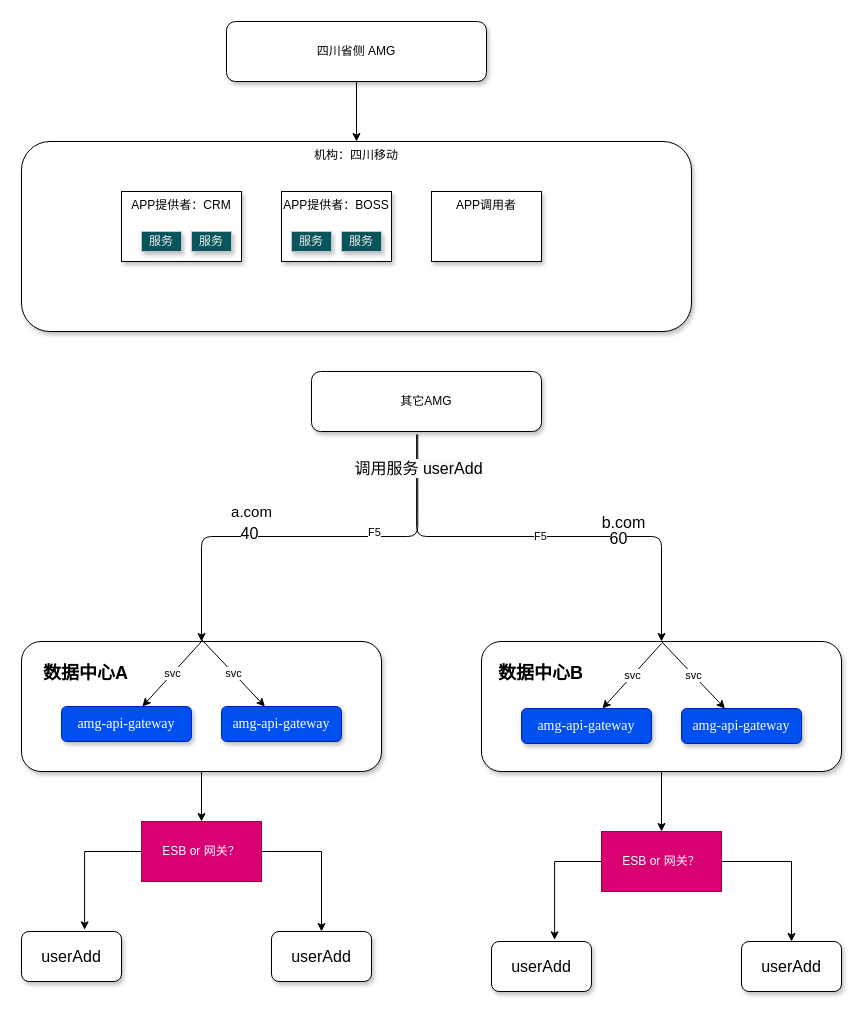
Before: page "机构，应用" (5 of 10) of 智慧中台AMG.drawio in qymmdj/draw-io, a draw.io diagram. Source tidied: cells renumbered, new cells numbered last; positions are measured from the earlier drawing's top-left corner, leaving out a move shared by most shapes. Both pictures are drawn from the tidied source at 100%, with x=0, y=0 at pixel (21, 21).
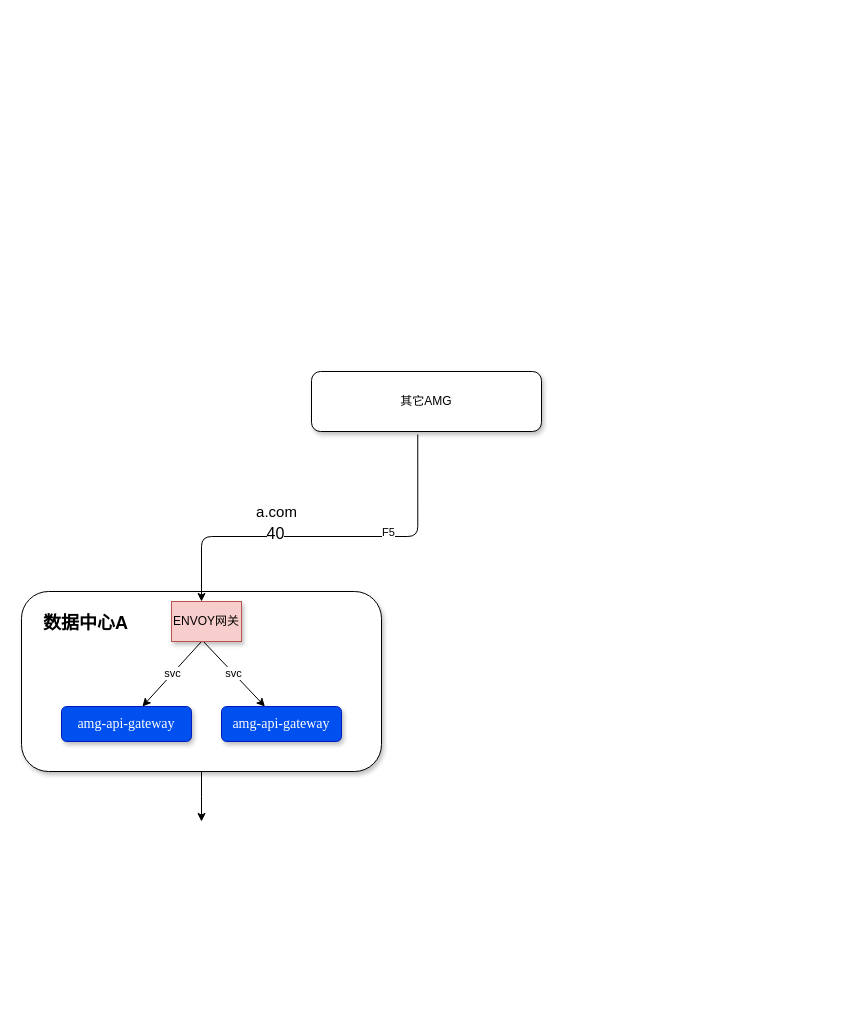
The same diagram, later.

The change refers to these unchanged cells:
```xml
<mxCell id="23" value="&lt;span style=&quot;font-family: &amp;#34;times new roman&amp;#34; ; font-size: 14px&quot;&gt;amg-api-gateway&lt;/span&gt;" style="rounded=1;whiteSpace=wrap;html=1;shadow=1;fillColor=#0050ef;strokeColor=#001DBC;fontColor=#ffffff;" parent="1" vertex="1">
  <mxGeometry x="40" y="685" width="130" height="35" as="geometry" />
</mxCell>
<mxCell id="26" value="其它AMG" style="rounded=1;whiteSpace=wrap;html=1;shadow=1;verticalAlign=middle;" parent="1" vertex="1">
  <mxGeometry x="290" y="350" width="230" height="60" as="geometry" />
</mxCell>
```

Diff of the diagram source:
```diff
@@
-    <mxCell id="2" value="机构：四川移动" style="rounded=1;whiteSpace=wrap;html=1;verticalAlign=top;shadow=1;" parent="1" vertex="1">
-      <mxGeometry y="120" width="670" height="190" as="geometry" />
-    </mxCell>
-    <mxCell id="3" value="APP提供者：CRM" style="rounded=0;whiteSpace=wrap;html=1;verticalAlign=top;shadow=1;" parent="1" vertex="1">
-      <mxGeometry x="100" y="170" width="120" height="70" as="geometry" />
-    </mxCell>
-    <mxCell id="4" value="APP提供者：BOSS" style="rounded=0;whiteSpace=wrap;html=1;verticalAlign=top;shadow=1;" parent="1" vertex="1">
-      <mxGeometry x="260" y="170" width="110" height="70" as="geometry" />
-    </mxCell>
-    <mxCell id="5" style="edgeStyle=orthogonalEdgeStyle;rounded=0;jettySize=auto;html=1;entryX=0.5;entryY=0;entryDx=0;entryDy=0;" parent="1" edge="1" source="6" target="2">
-      <mxGeometry relative="1" as="geometry" />
-    </mxCell>
-    <mxCell id="6" value="四川省侧 AMG" style="rounded=1;whiteSpace=wrap;html=1;shadow=1;verticalAlign=middle;" parent="1" vertex="1">
-      <mxGeometry x="205" width="260" height="60" as="geometry" />
-    </mxCell>
-    <mxCell id="7" value="服务" style="rounded=0;whiteSpace=wrap;html=1;shadow=1;sketch=0;fontColor=#EEEEEE;strokeColor=#BAC8D3;fillColor=#09555B;" parent="1" vertex="1">
-      <mxGeometry x="120" y="210" width="40" height="20" as="geometry" />
-    </mxCell>
-    <mxCell id="8" value="服务" style="rounded=0;whiteSpace=wrap;html=1;shadow=1;sketch=0;fontColor=#EEEEEE;strokeColor=#BAC8D3;fillColor=#09555B;" parent="1" vertex="1">
-      <mxGeometry x="170" y="210" width="40" height="20" as="geometry" />
-    </mxCell>
-    <mxCell id="9" value="服务" style="rounded=0;whiteSpace=wrap;html=1;shadow=1;sketch=0;fontColor=#EEEEEE;strokeColor=#BAC8D3;fillColor=#09555B;" parent="1" vertex="1">
-      <mxGeometry x="270" y="210" width="40" height="20" as="geometry" />
-    </mxCell>
-    <mxCell id="10" value="服务" style="rounded=0;whiteSpace=wrap;html=1;shadow=1;sketch=0;fontColor=#EEEEEE;strokeColor=#BAC8D3;fillColor=#09555B;" parent="1" vertex="1">
-      <mxGeometry x="320" y="210" width="40" height="20" as="geometry" />
-    </mxCell>
-    <mxCell id="11" value="APP调用者" style="rounded=0;whiteSpace=wrap;html=1;verticalAlign=top;shadow=1;" parent="1" vertex="1">
-      <mxGeometry x="410" y="170" width="110" height="70" as="geometry" />
-    </mxCell>
+    <mxCell id="16" value="&lt;h2&gt;&amp;nbsp; &amp;nbsp; 数据中心A&lt;/h2&gt;" style="rounded=1;whiteSpace=wrap;html=1;verticalAlign=top;shadow=1;align=left;" parent="1" vertex="1">
+      <mxGeometry y="570" width="360" height="180" as="geometry" />
+    </mxCell>
+    <mxCell id="15" style="edgeStyle=orthogonalEdgeStyle;rounded=0;jettySize=auto;html=1;" parent="1" edge="1" source="16">
+      <mxGeometry relative="1" as="geometry">
+        <mxPoint x="180" y="800" as="targetPoint" />
+      </mxGeometry>
+    </mxCell>
-    <mxCell id="12" value="&lt;font style=&quot;font-size: 15px&quot;&gt;a.com&lt;/font&gt;" style="edgeStyle=orthogonalEdgeStyle;rounded=1;jettySize=auto;html=1;endArrow=none;endFill=0;startArrow=classic;startFill=1;entryX=0.462;entryY=1.05;entryDx=0;entryDy=0;entryPerimeter=0;labelBorderColor=none;jumpStyle=none;" parent="1" edge="1" source="16" target="26">
+    <mxCell id="12" value="&lt;font style=&quot;font-size: 15px&quot;&gt;a.com&lt;/font&gt;" style="edgeStyle=orthogonalEdgeStyle;rounded=1;jettySize=auto;html=1;endArrow=none;endFill=0;startArrow=classic;startFill=1;entryX=0.462;entryY=1.05;entryDx=0;entryDy=0;entryPerimeter=0;labelBorderColor=none;jumpStyle=none;" parent="1" edge="1" source="42" target="26">
       <mxGeometry x="-0.27" y="25" relative="1" as="geometry">
         <Array as="points">
           <mxPoint x="180" y="515" />
           <mxPoint x="396" y="515" />
         </Array>
       </mxGeometry>
     </mxCell>
@@
-    <mxCell id="15" style="edgeStyle=orthogonalEdgeStyle;rounded=0;jettySize=auto;html=1;" parent="1" edge="1" source="16" target="35">
-      <mxGeometry relative="1" as="geometry" />
-    </mxCell>
-    <mxCell id="16" value="&lt;h2&gt;&amp;nbsp; &amp;nbsp; 数据中心A&lt;/h2&gt;" style="rounded=1;whiteSpace=wrap;html=1;verticalAlign=top;shadow=1;align=left;" parent="1" vertex="1">
-      <mxGeometry y="620" width="360" height="130" as="geometry" />
-    </mxCell>
-    <mxCell id="17" value="F5" style="edgeStyle=orthogonalEdgeStyle;rounded=1;jettySize=auto;html=1;startArrow=classic;startFill=1;endArrow=none;endFill=0;exitX=0.5;exitY=0;exitDx=0;exitDy=0;entryX=0.457;entryY=1.05;entryDx=0;entryDy=0;entryPerimeter=0;" parent="1" edge="1" source="21" target="26">
-      <mxGeometry relative="1" as="geometry" />
-    </mxCell>
-    <mxCell id="18" value="60" style="edgeLabel;html=1;align=center;verticalAlign=middle;fontSize=16;" parent="17" vertex="1">
-      <mxGeometry x="-0.34" y="1" relative="1" as="geometry" />
-    </mxCell>
-    <mxCell id="19" value="调用服务&amp;nbsp;&lt;span style=&quot;background-color: rgb(248 , 249 , 250)&quot;&gt;userAdd&lt;/span&gt;" style="edgeLabel;html=1;align=center;verticalAlign=middle;fontSize=16;" parent="17" vertex="1">
-      <mxGeometry x="0.85" y="-1" relative="1" as="geometry" />
-    </mxCell>
-    <mxCell id="20" value="b.com" style="edgeLabel;html=1;align=center;verticalAlign=middle;fontSize=16;" parent="17" vertex="1">
-      <mxGeometry x="0.2" y="-2" relative="1" as="geometry">
-        <mxPoint x="127" y="-13" as="offset" />
-      </mxGeometry>
-    </mxCell>
-    <mxCell id="21" value="&lt;h2&gt;&amp;nbsp; &amp;nbsp;数据中心B&lt;/h2&gt;" style="rounded=1;whiteSpace=wrap;html=1;verticalAlign=top;shadow=1;align=left;" parent="1" vertex="1">
-      <mxGeometry x="460" y="620" width="360" height="130" as="geometry" />
-    </mxCell>
-    <mxCell id="22" value="svc" style="rounded=0;jettySize=auto;html=1;startArrow=classic;startFill=1;endArrow=none;endFill=0;entryX=0.5;entryY=0;entryDx=0;entryDy=0;" parent="1" edge="1" source="23" target="16">
-      <mxGeometry relative="1" as="geometry" />
+    <mxCell id="22" value="svc" style="rounded=0;jettySize=auto;html=1;startArrow=classic;startFill=1;endArrow=none;endFill=0;" parent="1" edge="1" source="23">
+      <mxGeometry relative="1" as="geometry">
+        <mxPoint x="180" y="620" as="targetPoint" />
+      </mxGeometry>
     </mxCell>
@@
-    <mxCell id="27" value="svc" style="rounded=0;jettySize=auto;html=1;startArrow=classic;startFill=1;endArrow=none;endFill=0;entryX=0.5;entryY=0;entryDx=0;entryDy=0;" parent="1" edge="1" source="28">
-      <mxGeometry relative="1" as="geometry">
-        <mxPoint x="640" y="622" as="targetPoint" />
-      </mxGeometry>
-    </mxCell>
-    <mxCell id="28" value="&lt;span style=&quot;font-family: &amp;#34;times new roman&amp;#34; ; font-size: 14px&quot;&gt;amg-api-gateway&lt;/span&gt;" style="rounded=1;whiteSpace=wrap;html=1;shadow=1;fillColor=#0050ef;strokeColor=#001DBC;fontColor=#ffffff;" parent="1" vertex="1">
-      <mxGeometry x="500" y="687" width="130" height="35" as="geometry" />
-    </mxCell>
-    <mxCell id="29" value="svc" style="edgeStyle=none;rounded=0;jettySize=auto;html=1;startArrow=classic;startFill=1;endArrow=none;endFill=0;" parent="1" edge="1" source="30">
-      <mxGeometry relative="1" as="geometry">
-        <mxPoint x="640" y="620" as="targetPoint" />
-      </mxGeometry>
-    </mxCell>
-    <mxCell id="30" value="&lt;span style=&quot;font-family: &amp;#34;times new roman&amp;#34; ; font-size: 14px&quot;&gt;amg-api-gateway&lt;/span&gt;" style="rounded=1;whiteSpace=wrap;html=1;shadow=1;fillColor=#0050ef;strokeColor=#001DBC;fontColor=#ffffff;" parent="1" vertex="1">
-      <mxGeometry x="660" y="687" width="120" height="35" as="geometry" />
-    </mxCell>
-    <mxCell id="31" value="&lt;span&gt;userAdd&lt;/span&gt;" style="rounded=1;whiteSpace=wrap;html=1;shadow=1;fontSize=16;align=center;" parent="1" vertex="1">
-      <mxGeometry y="910" width="100" height="50" as="geometry" />
-    </mxCell>
-    <mxCell id="32" value="&lt;span&gt;userAdd&lt;/span&gt;" style="rounded=1;whiteSpace=wrap;html=1;shadow=1;fontSize=16;align=center;" parent="1" vertex="1">
-      <mxGeometry x="250" y="910" width="100" height="50" as="geometry" />
-    </mxCell>
-    <mxCell id="33" style="edgeStyle=orthogonalEdgeStyle;rounded=0;jettySize=auto;html=1;entryX=0.631;entryY=-0.034;entryDx=0;entryDy=0;entryPerimeter=0;" parent="1" edge="1" source="35" target="31">
-      <mxGeometry relative="1" as="geometry" />
-    </mxCell>
-    <mxCell id="34" style="edgeStyle=orthogonalEdgeStyle;rounded=0;jettySize=auto;html=1;entryX=0.5;entryY=0;entryDx=0;entryDy=0;exitX=1;exitY=0.5;exitDx=0;exitDy=0;" parent="1" edge="1" source="35" target="32">
-      <mxGeometry relative="1" as="geometry" />
-    </mxCell>
-    <mxCell id="35" value="ESB or 网关？" style="rounded=0;whiteSpace=wrap;html=1;fillColor=#d80073;strokeColor=#A50040;fontColor=#ffffff;" parent="1" vertex="1">
-      <mxGeometry x="120" y="800" width="120" height="60" as="geometry" />
-    </mxCell>
-    <mxCell id="36" style="edgeStyle=orthogonalEdgeStyle;rounded=0;jettySize=auto;html=1;" parent="1" edge="1" source="21" target="41">
-      <mxGeometry relative="1" as="geometry" />
-    </mxCell>
-    <mxCell id="37" value="&lt;span&gt;userAdd&lt;/span&gt;" style="rounded=1;whiteSpace=wrap;html=1;shadow=1;fontSize=16;align=center;" parent="1" vertex="1">
-      <mxGeometry x="470" y="920" width="100" height="50" as="geometry" />
-    </mxCell>
-    <mxCell id="38" value="&lt;span&gt;userAdd&lt;/span&gt;" style="rounded=1;whiteSpace=wrap;html=1;shadow=1;fontSize=16;align=center;" parent="1" vertex="1">
-      <mxGeometry x="720" y="920" width="100" height="50" as="geometry" />
-    </mxCell>
-    <mxCell id="39" style="edgeStyle=orthogonalEdgeStyle;rounded=0;jettySize=auto;html=1;entryX=0.631;entryY=-0.034;entryDx=0;entryDy=0;entryPerimeter=0;" parent="1" edge="1" source="41" target="37">
-      <mxGeometry relative="1" as="geometry" />
-    </mxCell>
-    <mxCell id="40" style="edgeStyle=orthogonalEdgeStyle;rounded=0;jettySize=auto;html=1;entryX=0.5;entryY=0;entryDx=0;entryDy=0;exitX=1;exitY=0.5;exitDx=0;exitDy=0;" parent="1" edge="1" source="41" target="38">
-      <mxGeometry relative="1" as="geometry" />
-    </mxCell>
-    <mxCell id="41" value="ESB or 网关？" style="rounded=0;whiteSpace=wrap;html=1;fillColor=#d80073;strokeColor=#A50040;fontColor=#ffffff;" parent="1" vertex="1">
-      <mxGeometry x="580" y="810" width="120" height="60" as="geometry" />
-    </mxCell>
+    <mxCell id="42" value="ENVOY网关" style="rounded=0;whiteSpace=wrap;html=1;shadow=1;fillColor=#f8cecc;strokeColor=#b85450;" parent="1" vertex="1">
+      <mxGeometry x="150" y="580" width="70" height="40" as="geometry" />
+    </mxCell>
```
